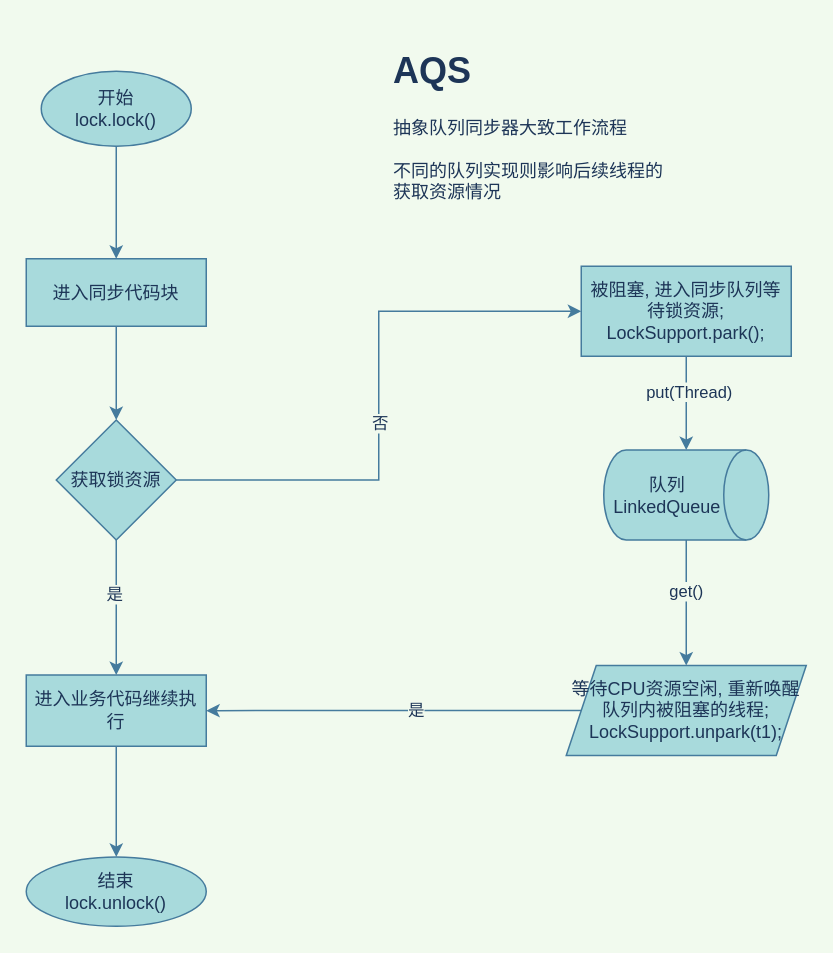
The draw.io diagram space1/AQS抽象队列同步器.drawio in naccoit/drawio, before the edit. Source tidied: cells renumbered, new cells numbered last; positions are measured from the earlier drawing's top-left corner, leaving out a move shared by most shapes. Both pictures are drawn from the tidied source at 150%, with x=0, y=0 at pixel (26, 40).
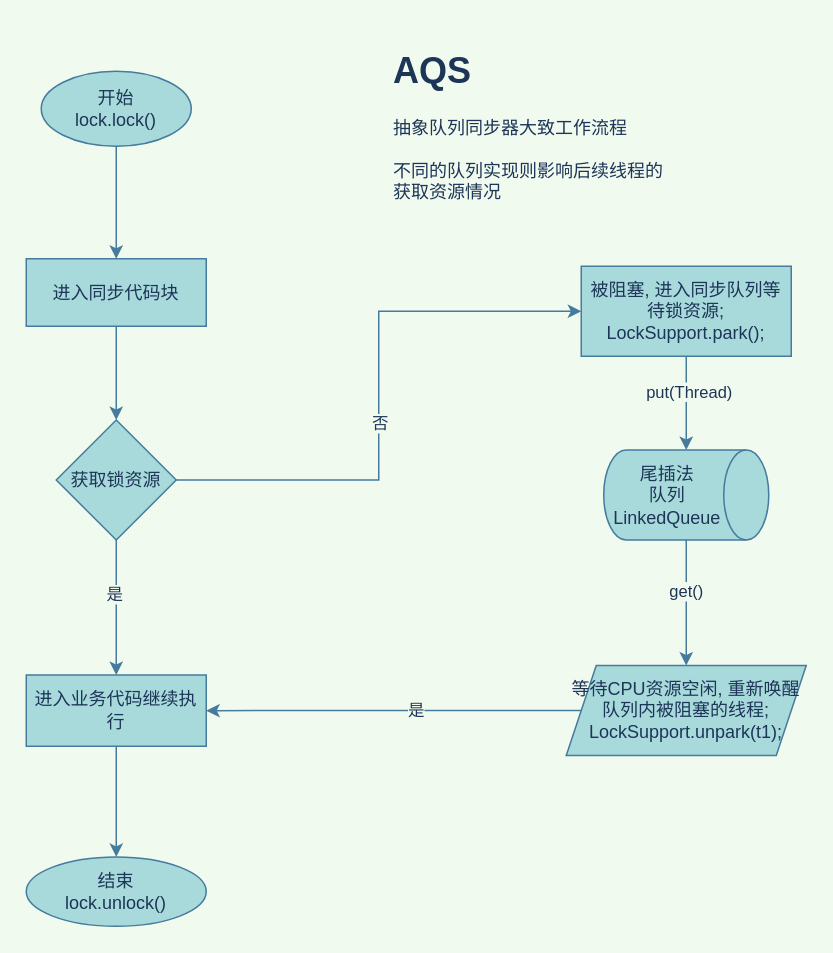
The same diagram, later.

Commit message:
更新AQS抽象队列同步器.drawio

The edit, as a diff of the source:
```diff
@@
-    <mxCell id="23" value="队列&lt;br&gt;LinkedQueue" style="shape=cylinder3;whiteSpace=wrap;html=1;boundedLbl=1;backgroundOutline=1;size=15;rounded=0;sketch=0;fontColor=#1D3557;strokeColor=#457B9D;fillColor=#A8DADC;direction=south;" parent="1" vertex="1">
+    <mxCell id="23" value="尾插法&lt;br&gt;队列&lt;br&gt;LinkedQueue" style="shape=cylinder3;whiteSpace=wrap;html=1;boundedLbl=1;backgroundOutline=1;size=15;rounded=0;sketch=0;fontColor=#1D3557;strokeColor=#457B9D;fillColor=#A8DADC;direction=south;" parent="1" vertex="1">
       <mxGeometry x="385" y="272.5" width="110" height="60" as="geometry" />
     </mxCell>
```
